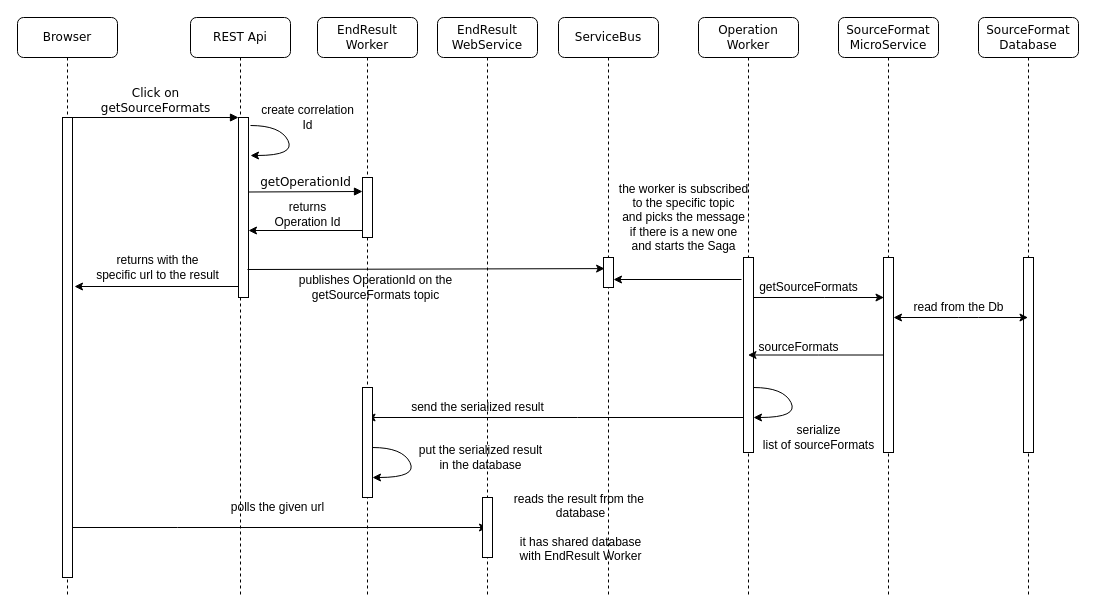
Before: data_structures/source_formats/getsourceformats.drawio in EncyclopediaGalactica/Design, a draw.io diagram. Source tidied: cells renumbered, new cells numbered last; positions are measured from the earlier drawing's top-left corner, leaving out a move shared by most shapes. Both pictures are drawn from the tidied source at 100%, with x=0, y=0 at pixel (17, 17).
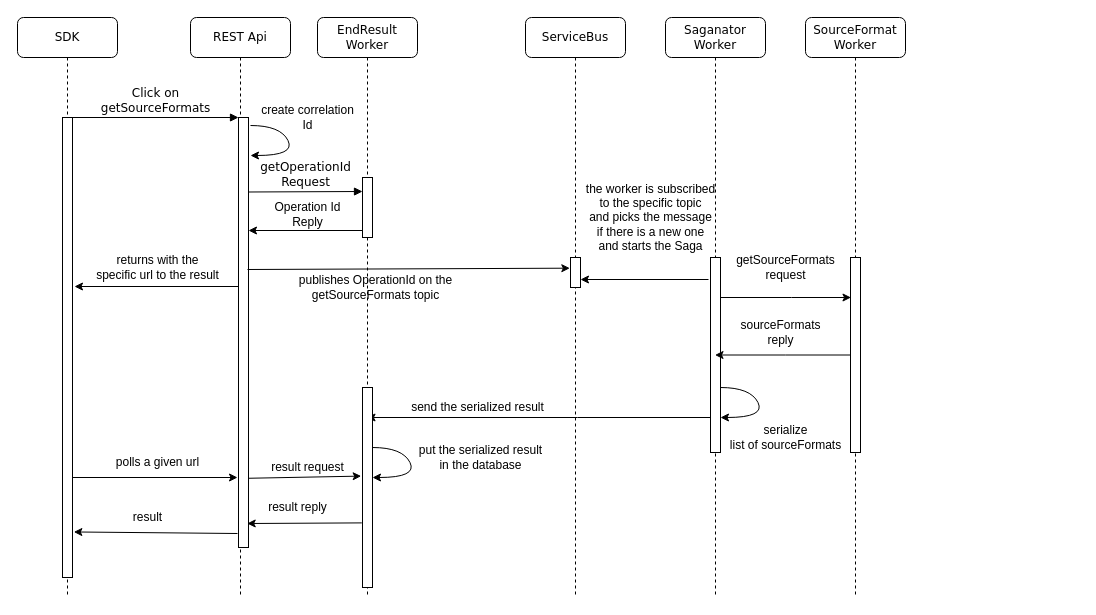
The same diagram, later.

Commit message:
docs: getsourceformats example fixes

Unchanged cells that the change refers to:
```xml
<mxCell id="2" value="REST Api" style="shape=umlLifeline;perimeter=lifelinePerimeter;whiteSpace=wrap;html=1;rounded=1;shadow=0;comic=0;labelBackgroundColor=none;strokeWidth=1;fontFamily=Verdana;fontSize=12;align=center;" parent="1" vertex="1">
  <mxGeometry x="173" width="100" height="580" as="geometry" />
</mxCell>
<mxCell id="12" style="html=1;points=[];perimeter=orthogonalPerimeter;rounded=0;shadow=0;comic=0;labelBackgroundColor=none;strokeWidth=1;fontFamily=Verdana;fontSize=12;align=center;" parent="10" vertex="1">
  <mxGeometry x="45" y="100" width="10" height="460" as="geometry" />
</mxCell>
```

Change to the diagram source:
```diff
@@
     <mxCell id="3" style="html=1;points=[];perimeter=orthogonalPerimeter;rounded=0;shadow=0;comic=0;labelBackgroundColor=none;strokeWidth=1;fontFamily=Verdana;fontSize=12;align=center;" parent="2" vertex="1">
-      <mxGeometry x="48" y="100" width="10" height="180" as="geometry" />
+      <mxGeometry x="48" y="100" width="10" height="430" as="geometry" />
     </mxCell>
@@
     <mxCell id="6" value="ServiceBus" style="shape=umlLifeline;perimeter=lifelinePerimeter;whiteSpace=wrap;html=1;rounded=1;shadow=0;comic=0;labelBackgroundColor=none;strokeWidth=1;fontFamily=Verdana;fontSize=12;align=center;" parent="1" vertex="1">
-      <mxGeometry x="541" width="100" height="580" as="geometry" />
+      <mxGeometry x="508" width="100" height="580" as="geometry" />
     </mxCell>
-    <mxCell id="7" value="Operation Worker" style="shape=umlLifeline;perimeter=lifelinePerimeter;whiteSpace=wrap;html=1;outlineConnect=0;rounded=1;shadow=0;comic=0;labelBackgroundColor=none;strokeWidth=1;fontFamily=Verdana;fontSize=12;align=center;" parent="1" vertex="1">
-      <mxGeometry x="681" width="100" height="580" as="geometry" />
+    <mxCell id="7" value="Saganator&lt;br&gt;Worker" style="shape=umlLifeline;perimeter=lifelinePerimeter;whiteSpace=wrap;html=1;outlineConnect=0;rounded=1;shadow=0;comic=0;labelBackgroundColor=none;strokeWidth=1;fontFamily=Verdana;fontSize=12;align=center;" parent="1" vertex="1">
+      <mxGeometry x="648" width="100" height="580" as="geometry" />
     </mxCell>
-    <mxCell id="8" value="SourceFormat&lt;br&gt;MicroService" style="shape=umlLifeline;perimeter=lifelinePerimeter;whiteSpace=wrap;html=1;rounded=1;shadow=0;comic=0;labelBackgroundColor=none;strokeWidth=1;fontFamily=Verdana;fontSize=12;align=center;" parent="1" vertex="1">
-      <mxGeometry x="821" width="100" height="580" as="geometry" />
+    <mxCell id="8" value="SourceFormat&lt;br&gt;Worker" style="shape=umlLifeline;perimeter=lifelinePerimeter;whiteSpace=wrap;html=1;rounded=1;shadow=0;comic=0;labelBackgroundColor=none;strokeWidth=1;fontFamily=Verdana;fontSize=12;align=center;" parent="1" vertex="1">
+      <mxGeometry x="788" width="100" height="580" as="geometry" />
     </mxCell>
-    <mxCell id="9" value="SourceFormat&lt;br&gt;Database" style="shape=umlLifeline;perimeter=lifelinePerimeter;whiteSpace=wrap;html=1;outlineConnect=0;rounded=1;shadow=0;comic=0;labelBackgroundColor=none;strokeWidth=1;fontFamily=Verdana;fontSize=12;align=center;" parent="1" vertex="1">
-      <mxGeometry x="961" width="100" height="580" as="geometry" />
-    </mxCell>
-    <mxCell id="10" value="Browser" style="shape=umlLifeline;perimeter=lifelinePerimeter;whiteSpace=wrap;html=1;rounded=1;shadow=0;comic=0;labelBackgroundColor=none;strokeWidth=1;fontFamily=Verdana;fontSize=12;align=center;" parent="1" vertex="1">
+    <mxCell id="10" value="SDK" style="shape=umlLifeline;perimeter=lifelinePerimeter;whiteSpace=wrap;html=1;rounded=1;shadow=0;comic=0;labelBackgroundColor=none;strokeWidth=1;fontFamily=Verdana;fontSize=12;align=center;" parent="1" vertex="1">
       <mxGeometry width="100" height="580" as="geometry" />
     </mxCell>
     <mxCell id="11" style="edgeStyle=orthogonalEdgeStyle;rounded=0;jettySize=auto;html=1;" parent="10" edge="1" source="12">
       <mxGeometry relative="1" as="geometry">
-        <mxPoint x="470" y="510" as="targetPoint" />
+        <mxPoint x="220" y="460" as="targetPoint" />
         <Array as="points">
-          <mxPoint x="160" y="510" />
-          <mxPoint x="160" y="510" />
+          <mxPoint x="220" y="460" />
         </Array>
       </mxGeometry>
     </mxCell>
@@
     <mxCell id="13" style="html=1;points=[];perimeter=orthogonalPerimeter;rounded=0;shadow=0;comic=0;labelBackgroundColor=none;strokeWidth=1;fontFamily=Verdana;fontSize=12;align=center;" parent="1" vertex="1">
-      <mxGeometry x="586" y="240" width="10" height="30" as="geometry" />
+      <mxGeometry x="553" y="240" width="10" height="30" as="geometry" />
     </mxCell>
     <mxCell id="14" style="edgeStyle=orthogonalEdgeStyle;rounded=0;orthogonalLoop=1;jettySize=auto;html=1;" parent="1" edge="1">
       <mxGeometry relative="1" as="geometry">
-        <mxPoint x="732" y="280" as="sourcePoint" />
-        <mxPoint x="866.5" y="280" as="targetPoint" />
+        <mxPoint x="699" y="280" as="sourcePoint" />
+        <mxPoint x="833.5" y="280" as="targetPoint" />
         <Array as="points">
-          <mxPoint x="807" y="280" />
-          <mxPoint x="807" y="280" />
+          <mxPoint x="774" y="280" />
+          <mxPoint x="774" y="280" />
         </Array>
       </mxGeometry>
     </mxCell>
@@
     <mxCell id="16" style="html=1;points=[];perimeter=orthogonalPerimeter;rounded=0;shadow=0;comic=0;labelBackgroundColor=none;strokeWidth=1;fontFamily=Verdana;fontSize=12;align=center;" parent="1" vertex="1">
-      <mxGeometry x="726" y="240" width="10" height="195" as="geometry" />
+      <mxGeometry x="693" y="240" width="10" height="195" as="geometry" />
     </mxCell>
@@
-    <mxCell id="18" value="getOperationId" style="html=1;verticalAlign=bottom;endArrow=block;entryX=0;entryY=0;labelBackgroundColor=none;fontFamily=Verdana;fontSize=12;edgeStyle=elbowEdgeStyle;elbow=vertical;" parent="1" edge="1">
+    <mxCell id="18" value="getOperationId&lt;br&gt;Request" style="html=1;verticalAlign=bottom;endArrow=block;entryX=0;entryY=0;labelBackgroundColor=none;fontFamily=Verdana;fontSize=12;edgeStyle=elbowEdgeStyle;elbow=vertical;" parent="1" edge="1">
       <mxGeometry relative="1" as="geometry">
         <mxPoint x="231" y="174.5" as="sourcePoint" />
         <mxPoint x="345" y="174" as="targetPoint" />
       </mxGeometry>
     </mxCell>
@@
-    <mxCell id="20" style="endArrow=classic;html=1;entryX=0.105;entryY=0.302;entryDx=0;entryDy=0;entryPerimeter=0;" parent="1" edge="1">
+    <mxCell id="20" style="endArrow=classic;html=1;entryX=-0.067;entryY=0.356;entryDx=0;entryDy=0;entryPerimeter=0;" parent="1" edge="1" target="13">
       <mxGeometry relative="1" as="geometry">
         <mxPoint x="230" y="252" as="sourcePoint" />
-        <mxPoint x="587.1" y="251.1" as="targetPoint" />
       </mxGeometry>
     </mxCell>
-    <mxCell id="21" value="returns&lt;br&gt;Operation Id&lt;br&gt;" style="text;html=1;align=center;verticalAlign=middle;strokeColor=none;" parent="1" vertex="1">
+    <mxCell id="21" value="Operation Id&lt;br&gt;Reply" style="text;html=1;align=center;verticalAlign=middle;strokeColor=none;" parent="1" vertex="1">
       <mxGeometry x="250" y="182" width="80" height="30" as="geometry" />
     </mxCell>
@@
     <mxCell id="25" style="endArrow=classic;html=1;exitX=-0.2;exitY=0.6;exitDx=0;exitDy=0;exitPerimeter=0;" parent="1" edge="1">
       <mxGeometry relative="1" as="geometry">
-        <mxPoint x="724" y="262" as="sourcePoint" />
-        <mxPoint x="596" y="262" as="targetPoint" />
+        <mxPoint x="691" y="262" as="sourcePoint" />
+        <mxPoint x="563" y="262" as="targetPoint" />
       </mxGeometry>
     </mxCell>
     <mxCell id="26" value="the worker is subscribed&lt;br&gt;to the specific topic&lt;br&gt;and picks the message&lt;br&gt;if there is a new one&lt;br&gt;and starts the Saga" style="text;html=1;align=center;verticalAlign=middle;strokeColor=none;" parent="1" vertex="1">
-      <mxGeometry x="596" y="160" width="140" height="80" as="geometry" />
+      <mxGeometry x="563" y="160" width="140" height="80" as="geometry" />
     </mxCell>
     <mxCell id="27" style="edgeStyle=orthogonalEdgeStyle;rounded=0;jettySize=auto;html=1;" parent="1" edge="1" source="28" target="7">
       <mxGeometry relative="1" as="geometry">
         <Array as="points">
-          <mxPoint x="801" y="338" />
-          <mxPoint x="801" y="338" />
+          <mxPoint x="768" y="338" />
+          <mxPoint x="768" y="338" />
         </Array>
       </mxGeometry>
     </mxCell>
     <mxCell id="28" style="html=1;points=[];perimeter=orthogonalPerimeter;rounded=0;shadow=0;comic=0;labelBackgroundColor=none;strokeWidth=1;fontFamily=Verdana;fontSize=12;align=center;" parent="1" vertex="1">
-      <mxGeometry x="866" y="240" width="10" height="195" as="geometry" />
+      <mxGeometry x="833" y="240" width="10" height="195" as="geometry" />
     </mxCell>
-    <mxCell id="29" value="getSourceFormats" style="text;html=1;align=center;verticalAlign=middle;strokeColor=none;" parent="1" vertex="1">
-      <mxGeometry x="736" y="260" width="110" height="20" as="geometry" />
+    <mxCell id="29" value="getSourceFormats&lt;br&gt;request" style="text;html=1;align=center;verticalAlign=middle;strokeColor=none;" parent="1" vertex="1">
+      <mxGeometry x="713" y="235" width="110" height="30" as="geometry" />
     </mxCell>
-    <mxCell id="30" style="html=1;perimeter=orthogonalPerimeter;rounded=0;shadow=0;comic=0;labelBackgroundColor=none;strokeWidth=1;fontFamily=Verdana;fontSize=12;align=center;" parent="1" vertex="1">
-      <mxGeometry x="1006" y="240" width="10" height="195" as="geometry" />
-    </mxCell>
-    <mxCell id="31" style="endArrow=classic;startArrow=classic;html=1;" parent="1" edge="1" source="28" target="9">
-      <mxGeometry relative="1" as="geometry">
-        <Array as="points">
-          <mxPoint x="951" y="300" />
-        </Array>
-      </mxGeometry>
-    </mxCell>
-    <mxCell id="32" value="read from the Db" style="text;html=1;align=center;verticalAlign=middle;strokeColor=none;" parent="1" vertex="1">
-      <mxGeometry x="886" y="280" width="110" height="20" as="geometry" />
-    </mxCell>
-    <mxCell id="33" value="sourceFormats" style="text;html=1;align=center;verticalAlign=middle;strokeColor=none;" parent="1" vertex="1">
-      <mxGeometry x="731" y="320" width="100" height="20" as="geometry" />
+    <mxCell id="33" value="sourceFormats&lt;br&gt;reply" style="text;html=1;align=center;verticalAlign=middle;strokeColor=none;" parent="1" vertex="1">
+      <mxGeometry x="713" y="300" width="100" height="30" as="geometry" />
     </mxCell>
     <mxCell id="34" style="curved=1;endArrow=classic;html=1;" parent="1" edge="1" target="16">
       <mxGeometry relative="1" as="geometry">
-        <mxPoint x="736" y="370" as="sourcePoint" />
+        <mxPoint x="703" y="370" as="sourcePoint" />
         <Array as="points">
-          <mxPoint x="766" y="370" />
-          <mxPoint x="781" y="400" />
+          <mxPoint x="733" y="370" />
+          <mxPoint x="748" y="400" />
         </Array>
       </mxGeometry>
     </mxCell>
     <mxCell id="35" value="serialize &lt;br&gt;list of sourceFormats" style="text;html=1;align=center;verticalAlign=middle;strokeColor=none;" parent="1" vertex="1">
-      <mxGeometry x="736" y="405" width="130" height="30" as="geometry" />
+      <mxGeometry x="703" y="405" width="130" height="30" as="geometry" />
     </mxCell>
     <mxCell id="36" style="html=1;points=[];perimeter=orthogonalPerimeter;rounded=0;shadow=0;comic=0;labelBackgroundColor=none;strokeWidth=1;fontFamily=Verdana;fontSize=12;align=center;" parent="1" vertex="1">
-      <mxGeometry x="345" y="370" width="10" height="110" as="geometry" />
+      <mxGeometry x="345" y="370" width="10" height="200" as="geometry" />
     </mxCell>
@@
-    <mxCell id="40" value="EndResult&lt;br&gt;WebService" style="shape=umlLifeline;perimeter=lifelinePerimeter;whiteSpace=wrap;html=1;rounded=1;shadow=0;comic=0;labelBackgroundColor=none;strokeWidth=1;fontFamily=Verdana;fontSize=12;align=center;" parent="1" vertex="1">
-      <mxGeometry x="420" width="100" height="580" as="geometry" />
-    </mxCell>
-    <mxCell id="41" style="html=1;perimeter=orthogonalPerimeter;rounded=0;shadow=0;comic=0;labelBackgroundColor=none;strokeWidth=1;fontFamily=Verdana;fontSize=12;align=center;" parent="1" vertex="1">
-      <mxGeometry x="465" y="480" width="10" height="60" as="geometry" />
-    </mxCell>
@@
-    <mxCell id="44" value="polls the given url" style="text;html=1;align=center;verticalAlign=middle;strokeColor=none;" parent="1" vertex="1">
-      <mxGeometry x="205" y="480" width="110" height="20" as="geometry" />
-    </mxCell>
-    <mxCell id="45" value="reads the result from the&amp;nbsp;&lt;br&gt;database&lt;br&gt;&lt;br&gt;it has shared database&lt;br&gt;with EndResult Worker" style="text;html=1;align=center;verticalAlign=middle;strokeColor=none;" parent="1" vertex="1">
-      <mxGeometry x="488" y="470" width="150" height="80" as="geometry" />
-    </mxCell>
+    <mxCell id="46" value="polls a given url" style="text;html=1;align=center;verticalAlign=middle;strokeColor=none;" parent="1" vertex="1">
+      <mxGeometry x="90" y="435" width="100" height="20" as="geometry" />
+    </mxCell>
+    <mxCell id="47" value="result request" style="text;html=1;align=center;verticalAlign=middle;strokeColor=none;" parent="1" vertex="1">
+      <mxGeometry x="245" y="440" width="90" height="20" as="geometry" />
+    </mxCell>
+    <mxCell id="48" style="endArrow=classic;html=1;exitX=1;exitY=0.839;exitDx=0;exitDy=0;exitPerimeter=0;entryX=-0.133;entryY=0.443;entryDx=0;entryDy=0;entryPerimeter=0;" parent="1" edge="1" source="3" target="36">
+      <mxGeometry relative="1" as="geometry" />
+    </mxCell>
+    <mxCell id="49" style="endArrow=classic;html=1;entryX=0.867;entryY=0.893;entryDx=0;entryDy=0;entryPerimeter=0;exitX=-0.067;exitY=0.567;exitDx=0;exitDy=0;exitPerimeter=0;" parent="1" edge="1">
+      <mxGeometry relative="1" as="geometry">
+        <mxPoint x="344.3" y="505.4" as="sourcePoint" />
+        <mxPoint x="229.7" y="506" as="targetPoint" />
+      </mxGeometry>
+    </mxCell>
+    <mxCell id="50" value="result reply" style="text;html=1;align=center;verticalAlign=middle;strokeColor=none;" parent="1" vertex="1">
+      <mxGeometry x="245" y="480" width="70" height="20" as="geometry" />
+    </mxCell>
+    <mxCell id="51" style="endArrow=classic;html=1;entryX=1.133;entryY=0.901;entryDx=0;entryDy=0;entryPerimeter=0;" parent="1" edge="1" target="12">
+      <mxGeometry relative="1" as="geometry">
+        <mxPoint x="220" y="516" as="sourcePoint" />
+      </mxGeometry>
+    </mxCell>
+    <mxCell id="52" value="result" style="text;html=1;align=center;verticalAlign=middle;strokeColor=none;" parent="1" vertex="1">
+      <mxGeometry x="110" y="490" width="40" height="20" as="geometry" />
+    </mxCell>
```
